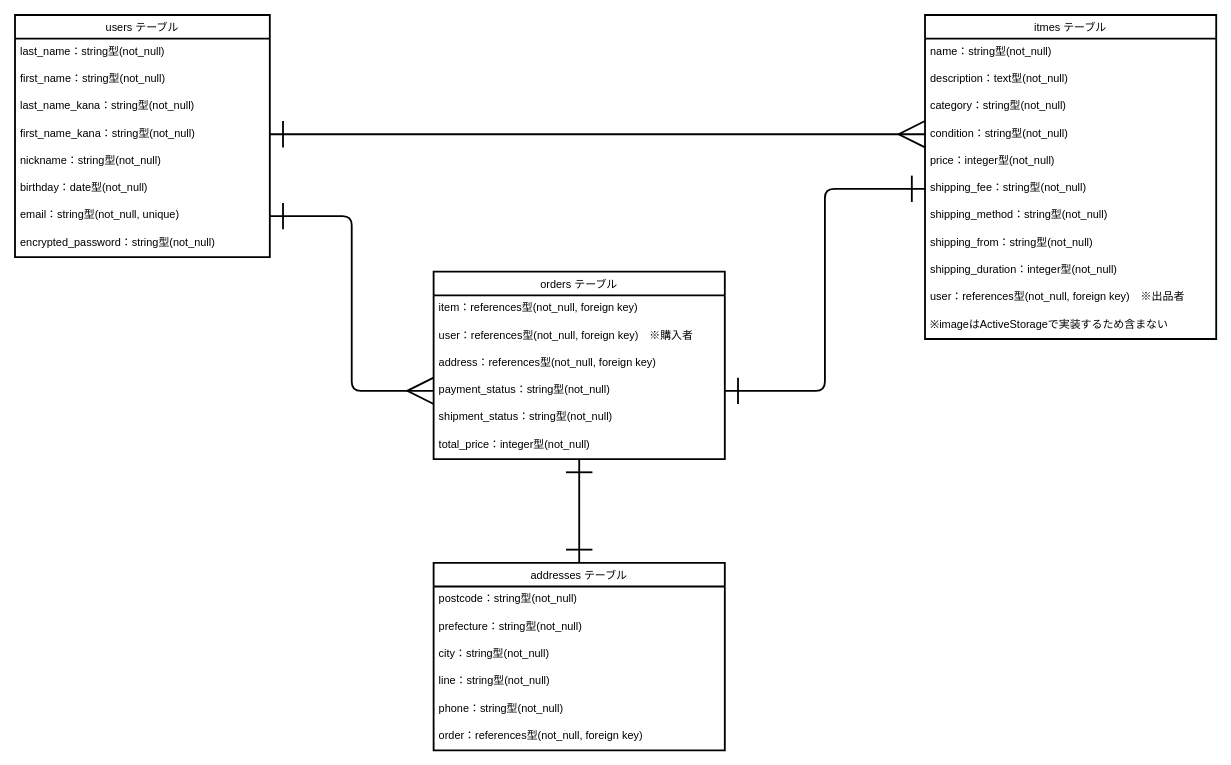
Before: furimaER.dio in sssan-tech/furima-41472, a draw.io diagram. Source tidied: cells renumbered, new cells numbered last; positions are measured from the earlier drawing's top-left corner, leaving out a move shared by most shapes. Both pictures are drawn from the tidied source at 91%, with x=0, y=0 at pixel (15, 15).
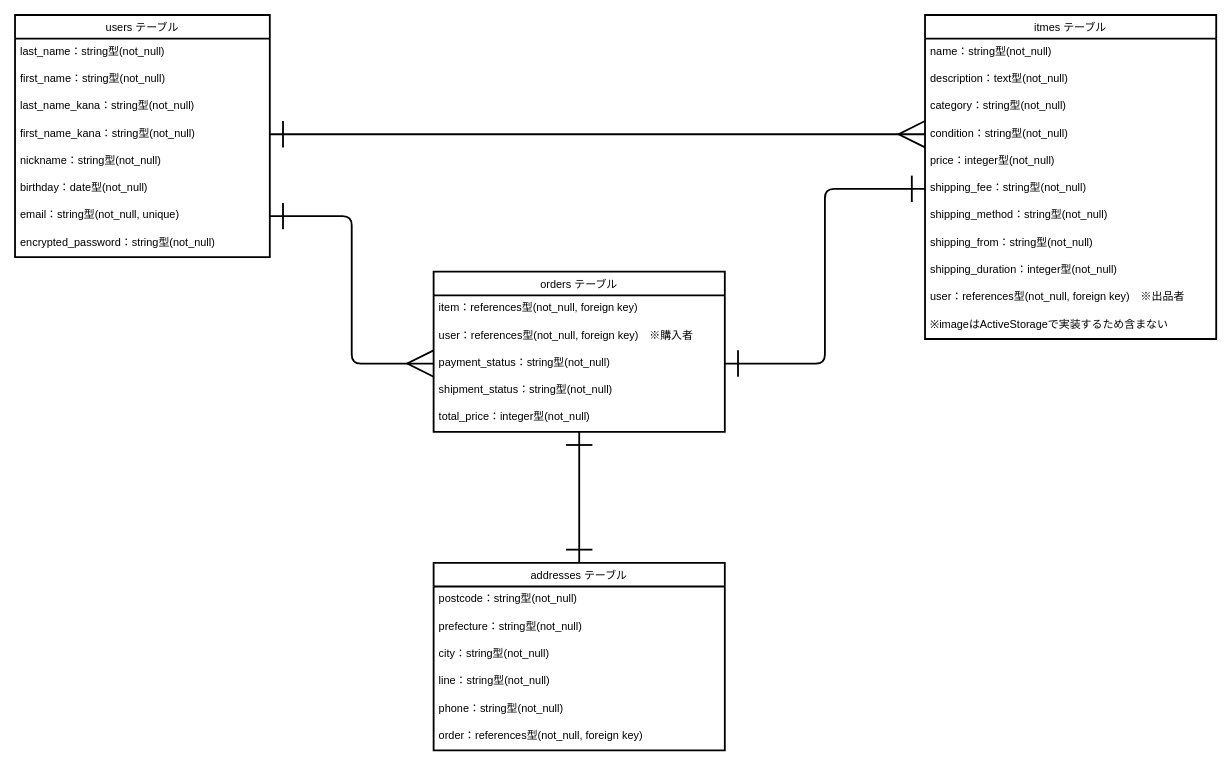
The same diagram, later.

Commit message (it also covers changes not shown here):
不要な外部キーカラムの削除

Diff of the diagram source:
```diff
@@
     <mxCell id="23" value="orders テーブル" style="swimlane;fontStyle=0;horizontal=1;startSize=26;align=center;fontSize=12;labelBackgroundColor=none;labelBorderColor=none;strokeWidth=2;swimlaneFillColor=default;" parent="1" vertex="1">
-      <mxGeometry x="460" y="282" width="320" height="206" as="geometry" />
+      <mxGeometry x="460" y="282" width="320" height="176" as="geometry" />
     </mxCell>
@@
-    <mxCell id="26" value="address：references型(not_null, foreign key)" style="text;spacingLeft=4;spacingRight=4;overflow=hidden;fontSize=12;labelBackgroundColor=none;labelBorderColor=none;strokeWidth=2;" parent="23" vertex="1">
-      <mxGeometry y="86" width="320" height="30" as="geometry" />
-    </mxCell>
     <mxCell id="27" value="payment_status：string型(not_null)" style="text;spacingLeft=4;spacingRight=4;overflow=hidden;points=[[0,0.5],[1,0.5]];portConstraint=eastwest;fontSize=12;labelBackgroundColor=none;labelBorderColor=none;strokeWidth=2;" parent="23" vertex="1">
-      <mxGeometry y="116" width="320" height="30" as="geometry" />
+      <mxGeometry y="86" width="320" height="30" as="geometry" />
     </mxCell>
     <mxCell id="28" value="shipment_status：string型(not_null)" style="text;spacingLeft=4;spacingRight=4;overflow=hidden;fontSize=12;labelBackgroundColor=none;labelBorderColor=none;strokeWidth=2;" parent="23" vertex="1">
-      <mxGeometry y="146" width="320" height="30" as="geometry" />
+      <mxGeometry y="116" width="320" height="30" as="geometry" />
     </mxCell>
     <mxCell id="29" value="total_price：integer型(not_null)" style="text;spacingLeft=4;spacingRight=4;overflow=hidden;points=[[0,0.5],[1,0.5]];portConstraint=eastwest;fontSize=12;labelBackgroundColor=none;labelBorderColor=none;strokeWidth=2;" parent="23" vertex="1">
-      <mxGeometry y="176" width="320" height="30" as="geometry" />
+      <mxGeometry y="146" width="320" height="30" as="geometry" />
     </mxCell>
```
